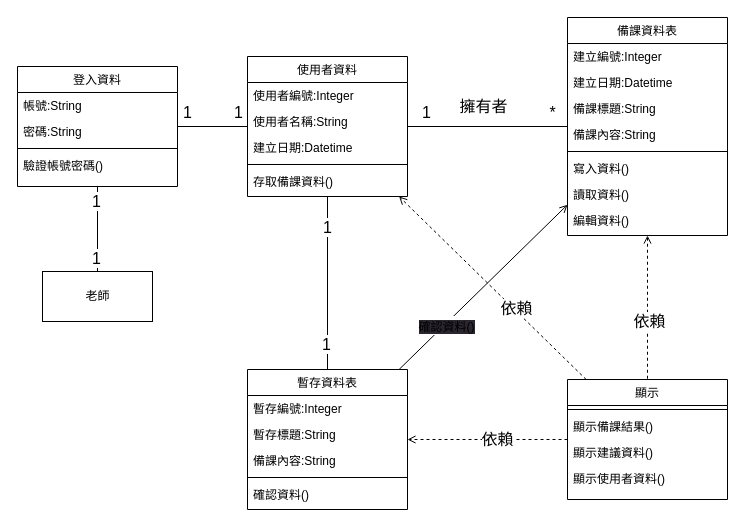
This is 類別圖(建立備課資料).drawio from Kevincheng0804/System-analysis, a draw.io file, before an edit. Source tidied: cells renumbered, new cells numbered last; positions are measured from the earlier drawing's top-left corner, leaving out a move shared by most shapes. Both pictures are drawn from the tidied source at 100%, with x=0, y=0 at pixel (17, 17).
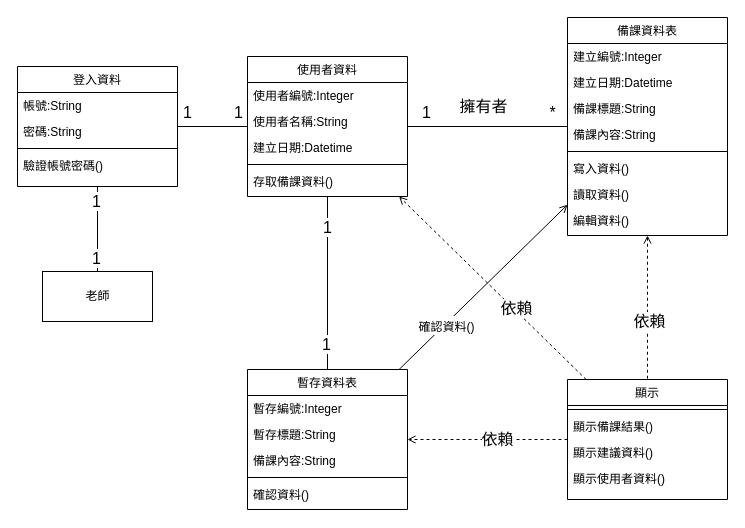
The same page after the edit.

Commit message:
更新類別圖(建立備課資料).drawio

Unchanged cells that the change refers to:
```xml
<mxCell id="47" style="edgeStyle=none;html=1;fontSize=16;startArrow=none;startFill=0;endArrow=open;endFill=0;" parent="1" edge="1" source="49" target="4">
  <mxGeometry relative="1" as="geometry" />
</mxCell>
```

What changed in the source:
```diff
@@
-    <mxCell id="48" value="&lt;span style=&quot;font-size: 12px; text-align: left; background-color: rgb(42, 37, 47);&quot;&gt;確認資料()&lt;/span&gt;" style="edgeLabel;html=1;align=center;verticalAlign=middle;fontSize=16;" parent="47" vertex="1">
+    <mxCell id="48" value="&lt;span style=&quot;font-size: 12px; text-align: left; background-color: rgb(255, 255, 255);&quot;&gt;確認資料()&lt;/span&gt;" style="edgeLabel;html=1;align=center;verticalAlign=middle;fontSize=16;" parent="47" vertex="1">
       <mxGeometry x="-0.46" y="-1" relative="1" as="geometry" />
     </mxCell>
```
